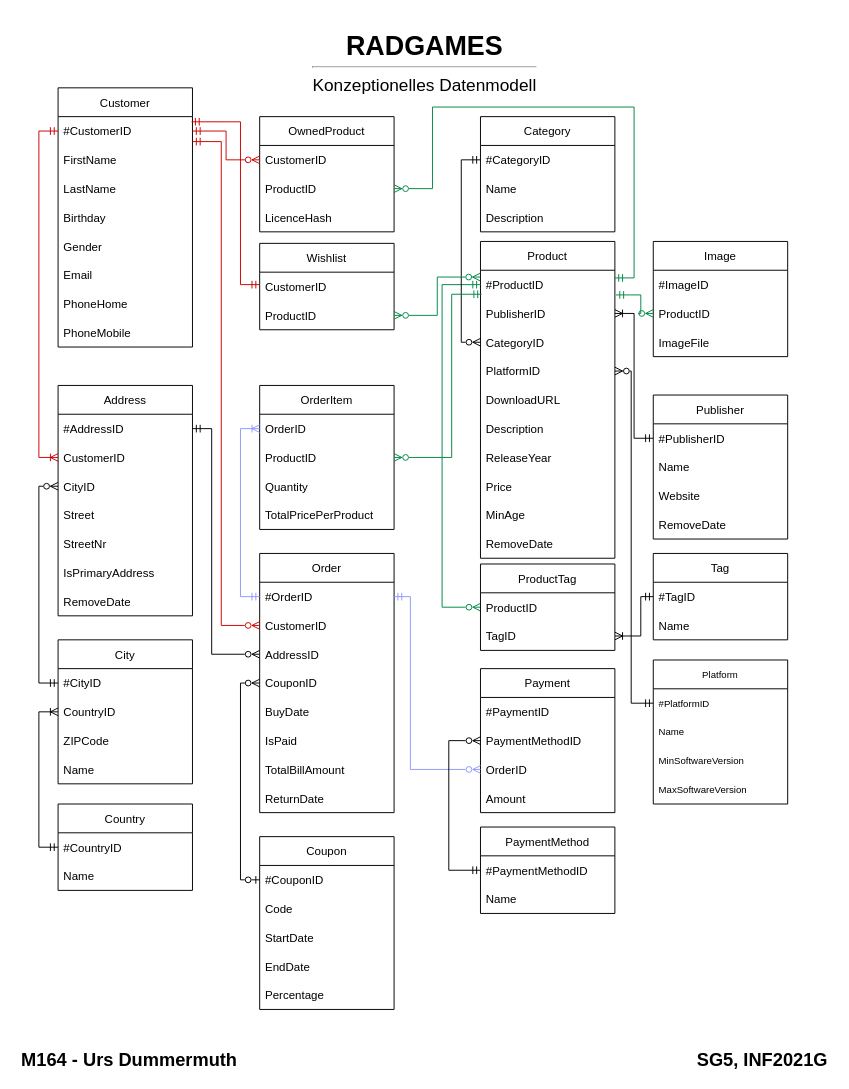
This is page "Konzeptionell" (1 of 3) of Konzepte/Datenmodell.drawio from TD99/gibb-m164, a draw.io file, before an edit. Source tidied: cells renumbered, new cells numbered last; positions are measured from the earlier drawing's top-left corner, leaving out a move shared by most shapes. Both pictures are drawn from the tidied source at 96%, with x=0, y=0 at pixel (16, 26).
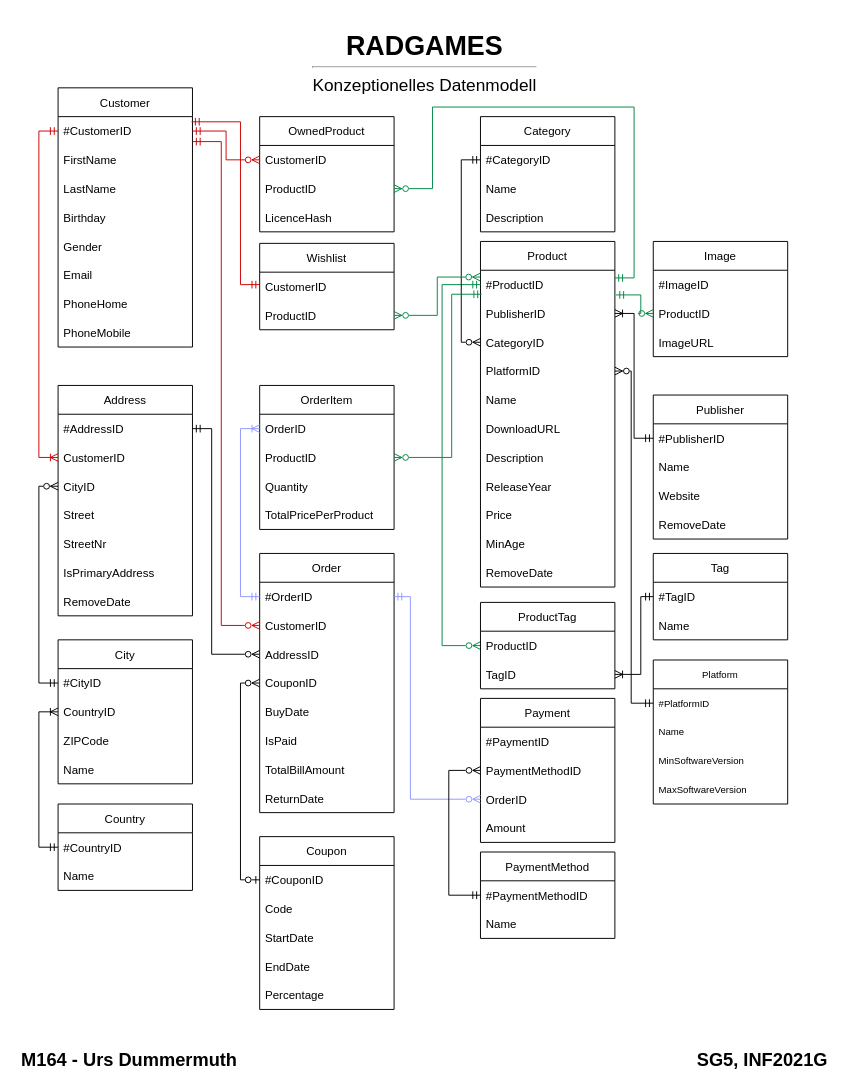
The same diagram, later.

The change refers to these unchanged cells:
```xml
<mxCell id="12" value="#OrderID" style="text;strokeColor=none;fillColor=none;align=left;verticalAlign=middle;spacingLeft=4;spacingRight=4;overflow=hidden;points=[[0,0.5],[1,0.5]];portConstraint=eastwest;" parent="11" vertex="1">
  <mxGeometry y="30" width="140" height="30" as="geometry" />
</mxCell>
<mxCell id="44" value="#ProductID" style="text;strokeColor=none;fillColor=none;align=left;verticalAlign=middle;spacingLeft=4;spacingRight=4;overflow=hidden;points=[[0,0.5],[1,0.5]];portConstraint=eastwest;" parent="43" vertex="1">
  <mxGeometry y="30" width="140" height="30" as="geometry" />
</mxCell>
<mxCell id="58" value="#TagID" style="text;strokeColor=none;fillColor=none;align=left;verticalAlign=middle;spacingLeft=4;spacingRight=4;overflow=hidden;points=[[0,0.5],[1,0.5]];portConstraint=eastwest;" parent="57" vertex="1">
  <mxGeometry y="30" width="140" height="30" as="geometry" />
</mxCell>
<mxCell id="60" value="Image" style="swimlane;fontStyle=0;horizontal=1;startSize=30;fillColor=none;" parent="1" vertex="1">
  <mxGeometry x="663" y="224" width="140" height="120" as="geometry" />
</mxCell>
<mxCell id="74" value="PaymentMethodID" style="text;strokeColor=none;fillColor=none;align=left;verticalAlign=middle;spacingLeft=4;spacingRight=4;overflow=hidden;points=[[0,0.5],[1,0.5]];portConstraint=eastwest;" parent="72" vertex="1">
  <mxGeometry y="60" width="140" height="30" as="geometry" />
</mxCell>
<mxCell id="75" value="OrderID" style="text;strokeColor=none;fillColor=none;align=left;verticalAlign=middle;spacingLeft=4;spacingRight=4;overflow=hidden;points=[[0,0.5],[1,0.5]];portConstraint=eastwest;" parent="72" vertex="1">
  <mxGeometry y="90" width="140" height="30" as="geometry" />
</mxCell>
<mxCell id="83" value="ProductID" style="text;strokeColor=none;fillColor=none;align=left;verticalAlign=middle;spacingLeft=4;spacingRight=4;overflow=hidden;points=[[0,0.5],[1,0.5]];portConstraint=eastwest;" parent="82" vertex="1">
  <mxGeometry y="30" width="140" height="30" as="geometry" />
</mxCell>
<mxCell id="84" value="TagID" style="text;strokeColor=none;fillColor=none;align=left;verticalAlign=middle;spacingLeft=4;spacingRight=4;overflow=hidden;points=[[0,0.5],[1,0.5]];portConstraint=eastwest;" parent="82" vertex="1">
  <mxGeometry y="60" width="140" height="30" as="geometry" />
</mxCell>
```

What changed in the source:
```diff
@@
     <mxCell id="43" value="Product" style="swimlane;fontStyle=0;horizontal=1;startSize=30;fillColor=none;" parent="1" vertex="1">
-      <mxGeometry x="483" y="224" width="140" height="330" as="geometry" />
+      <mxGeometry x="483" y="224" width="140" height="360" as="geometry" />
     </mxCell>
@@
+    <mxCell id="120" value="Name" style="text;strokeColor=none;fillColor=none;align=left;verticalAlign=middle;spacingLeft=4;spacingRight=4;overflow=hidden;" parent="43" vertex="1">
+      <mxGeometry y="150" width="140" height="30" as="geometry" />
+    </mxCell>
     <mxCell id="48" value="DownloadURL" style="text;strokeColor=none;fillColor=none;align=left;verticalAlign=middle;spacingLeft=4;spacingRight=4;overflow=hidden;" parent="43" vertex="1">
-      <mxGeometry y="150" width="140" height="30" as="geometry" />
+      <mxGeometry y="180" width="140" height="30" as="geometry" />
     </mxCell>
     <mxCell id="49" value="Description" style="text;strokeColor=none;fillColor=none;align=left;verticalAlign=middle;spacingLeft=4;spacingRight=4;overflow=hidden;" parent="43" vertex="1">
-      <mxGeometry y="180" width="140" height="30" as="geometry" />
+      <mxGeometry y="210" width="140" height="30" as="geometry" />
     </mxCell>
     <mxCell id="50" value="ReleaseYear" style="text;strokeColor=none;fillColor=none;align=left;verticalAlign=middle;spacingLeft=4;spacingRight=4;overflow=hidden;" parent="43" vertex="1">
-      <mxGeometry y="210" width="140" height="30" as="geometry" />
+      <mxGeometry y="240" width="140" height="30" as="geometry" />
     </mxCell>
     <mxCell id="51" value="Price" style="text;strokeColor=none;fillColor=none;align=left;verticalAlign=middle;spacingLeft=4;spacingRight=4;overflow=hidden;" parent="43" vertex="1">
-      <mxGeometry y="240" width="140" height="30" as="geometry" />
+      <mxGeometry y="270" width="140" height="30" as="geometry" />
     </mxCell>
     <mxCell id="52" value="MinAge" style="text;strokeColor=none;fillColor=none;align=left;verticalAlign=middle;spacingLeft=4;spacingRight=4;overflow=hidden;" parent="43" vertex="1">
-      <mxGeometry y="270" width="140" height="30" as="geometry" />
+      <mxGeometry y="300" width="140" height="30" as="geometry" />
     </mxCell>
     <mxCell id="53" value="RemoveDate" style="text;strokeColor=none;fillColor=none;align=left;verticalAlign=middle;spacingLeft=4;spacingRight=4;overflow=hidden;" parent="43" vertex="1">
-      <mxGeometry y="300" width="140" height="30" as="geometry" />
+      <mxGeometry y="330" width="140" height="30" as="geometry" />
     </mxCell>
     <mxCell id="54" value="PaymentMethod" style="swimlane;fontStyle=0;horizontal=1;startSize=30;fillColor=none;" parent="1" vertex="1">
-      <mxGeometry x="483" y="834" width="140" height="90" as="geometry" />
+      <mxGeometry x="483" y="860" width="140" height="90" as="geometry" />
     </mxCell>
@@
-    <mxCell id="63" value="ImageFile" style="text;strokeColor=none;fillColor=none;align=left;verticalAlign=middle;spacingLeft=4;spacingRight=4;overflow=hidden;" parent="60" vertex="1">
+    <mxCell id="63" value="ImageURL" style="text;strokeColor=none;fillColor=none;align=left;verticalAlign=middle;spacingLeft=4;spacingRight=4;overflow=hidden;" parent="60" vertex="1">
       <mxGeometry y="90" width="140" height="30" as="geometry" />
     </mxCell>
@@
     <mxCell id="72" value="Payment" style="swimlane;fontStyle=0;horizontal=1;startSize=30;fillColor=none;" parent="1" vertex="1">
-      <mxGeometry x="483" y="669" width="140" height="150" as="geometry" />
+      <mxGeometry x="483" y="700" width="140" height="150" as="geometry" />
     </mxCell>
@@
     <mxCell id="81" style="rounded=0;jettySize=auto;html=1;startArrow=ERzeroToMany;startFill=0;endArrow=ERmandOne;endFill=0;exitX=0;exitY=0.5;exitDx=0;exitDy=0;entryX=0;entryY=0.5;entryDx=0;entryDy=0;edgeStyle=orthogonalEdgeStyle;strokeColor=#008744;" parent="1" edge="1" source="83" target="44">
       <mxGeometry relative="1" as="geometry">
         <Array as="points">
-          <mxPoint x="443" y="605" />
+          <mxPoint x="443" y="645" />
           <mxPoint x="443" y="269" />
         </Array>
       </mxGeometry>
     </mxCell>
     <mxCell id="82" value="ProductTag" style="swimlane;fontStyle=0;horizontal=1;startSize=30;fillColor=none;" parent="1" vertex="1">
-      <mxGeometry x="483" y="560" width="140" height="90" as="geometry" />
+      <mxGeometry x="483" y="600" width="140" height="90" as="geometry" />
     </mxCell>
@@
     <mxCell id="85" style="rounded=0;jettySize=auto;html=1;startArrow=ERmandOne;startFill=0;endArrow=ERoneToMany;endFill=0;exitX=0;exitY=0.5;exitDx=0;exitDy=0;entryX=1;entryY=0.5;entryDx=0;entryDy=0;edgeStyle=orthogonalEdgeStyle;" parent="1" edge="1" source="58" target="84">
       <mxGeometry relative="1" as="geometry">
         <Array as="points">
           <mxPoint x="650" y="594" />
-          <mxPoint x="650" y="635" />
+          <mxPoint x="650" y="675" />
         </Array>
       </mxGeometry>
     </mxCell>
@@
-    <mxCell id="102" style="edgeStyle=orthogonalEdgeStyle;rounded=0;jettySize=auto;html=1;entryX=1;entryY=0.5;entryDx=0;entryDy=0;startArrow=ERzeroToMany;startFill=0;endArrow=ERmandOne;endFill=0;strokeColor=#9199FF;" parent="1" edge="1" source="75" target="12">
+    <mxCell id="102" style="edgeStyle=orthogonalEdgeStyle;rounded=0;jettySize=auto;html=1;entryX=1;entryY=0.5;entryDx=0;entryDy=0;startArrow=ERzeroToMany;startFill=0;endArrow=ERmandOne;endFill=0;strokeColor=#9199FF;exitX=0;exitY=0.5;exitDx=0;exitDy=0;" parent="1" edge="1" source="75" target="12">
       <mxGeometry relative="1" as="geometry">
         <Array as="points">
-          <mxPoint x="410" y="774" />
+          <mxPoint x="410" y="805" />
           <mxPoint x="410" y="594" />
         </Array>
       </mxGeometry>
     </mxCell>
-    <mxCell id="103" style="edgeStyle=orthogonalEdgeStyle;rounded=0;jettySize=auto;html=1;entryX=0;entryY=0.5;entryDx=0;entryDy=0;startArrow=ERzeroToMany;startFill=0;endArrow=ERmandOne;endFill=0;" parent="1" edge="1" source="74" target="54">
+    <mxCell id="103" style="edgeStyle=orthogonalEdgeStyle;rounded=0;jettySize=auto;html=1;entryX=0;entryY=0.5;entryDx=0;entryDy=0;startArrow=ERzeroToMany;startFill=0;endArrow=ERmandOne;endFill=0;exitX=0;exitY=0.5;exitDx=0;exitDy=0;" parent="1" edge="1" source="74" target="54">
       <mxGeometry relative="1" as="geometry">
         <Array as="points">
-          <mxPoint x="450" y="744" />
-          <mxPoint x="450" y="879" />
+          <mxPoint x="450" y="775" />
+          <mxPoint x="450" y="905" />
         </Array>
       </mxGeometry>
     </mxCell>
```
